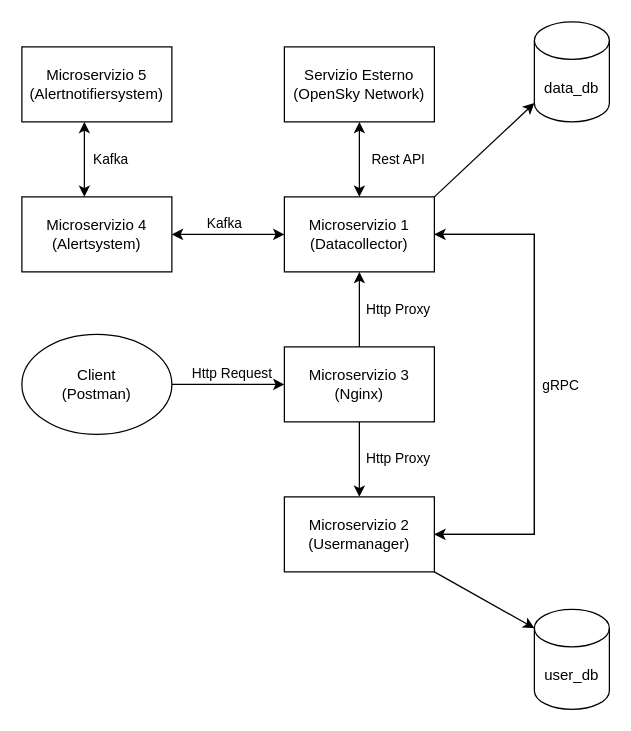
This is Architettura.drawio from marioguerrera1309/Homework_Ficarra_Guerrera, a draw.io file, before an edit. Source tidied: cells renumbered, new cells numbered last; positions are measured from the earlier drawing's top-left corner, leaving out a move shared by most shapes. Both pictures are drawn from the tidied source at 125%, with x=0, y=0 at pixel (21, 21).
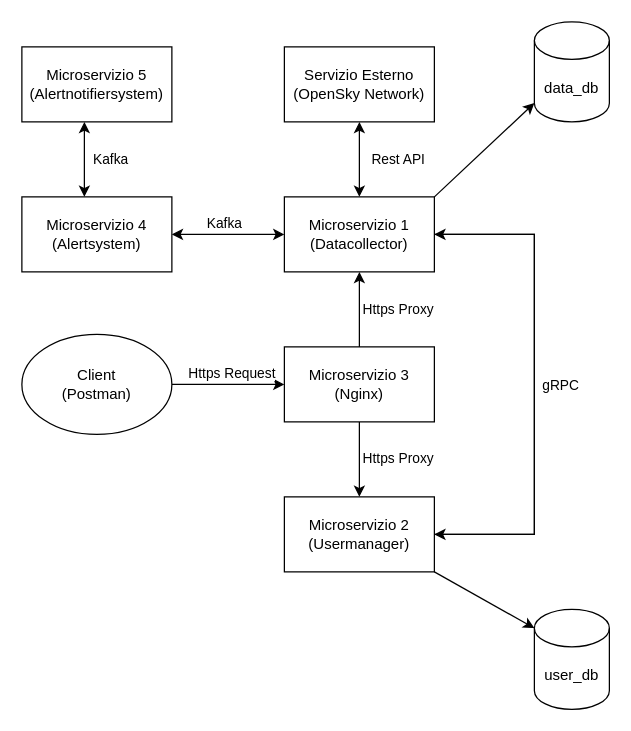
The same page after the edit.

The change refers to these unchanged cells:
```xml
<mxCell id="2" style="edgeStyle=orthogonalEdgeStyle;rounded=0;jettySize=auto;html=1;" parent="1" edge="1" source="4" target="14">
  <mxGeometry relative="1" as="geometry" />
</mxCell>
<mxCell id="10" style="edgeStyle=orthogonalEdgeStyle;rounded=0;jettySize=auto;html=1;" parent="1" edge="1" source="14" target="6">
  <mxGeometry relative="1" as="geometry" />
</mxCell>
<mxCell id="12" style="edgeStyle=orthogonalEdgeStyle;rounded=0;jettySize=auto;html=1;" parent="1" edge="1" source="14" target="9">
  <mxGeometry relative="1" as="geometry" />
</mxCell>
```

The edit, as a diff of the source:
```diff
@@
-    <mxCell id="3" value="Http Request" style="edgeLabel;html=1;align=center;verticalAlign=middle;" parent="2" vertex="1">
+    <mxCell id="3" value="Https Request" style="edgeLabel;html=1;align=center;verticalAlign=middle;" parent="2" vertex="1">
       <mxGeometry x="0.04" y="2" relative="1" as="geometry">
         <mxPoint y="-8" as="offset" />
       </mxGeometry>
     </mxCell>
@@
-    <mxCell id="11" value="Http Proxy" style="edgeLabel;html=1;align=center;verticalAlign=middle;" parent="10" vertex="1">
+    <mxCell id="11" value="Https Proxy" style="edgeLabel;html=1;align=center;verticalAlign=middle;" parent="10" vertex="1">
       <mxGeometry x="0.02" y="-2" relative="1" as="geometry">
         <mxPoint x="28" as="offset" />
       </mxGeometry>
     </mxCell>
@@
-    <mxCell id="13" value="Http Proxy" style="edgeLabel;html=1;align=center;verticalAlign=middle;" parent="12" vertex="1">
+    <mxCell id="13" value="Https Proxy" style="edgeLabel;html=1;align=center;verticalAlign=middle;" parent="12" vertex="1">
       <mxGeometry x="-0.07" y="-2" relative="1" as="geometry">
         <mxPoint x="32" as="offset" />
       </mxGeometry>
     </mxCell>
```
